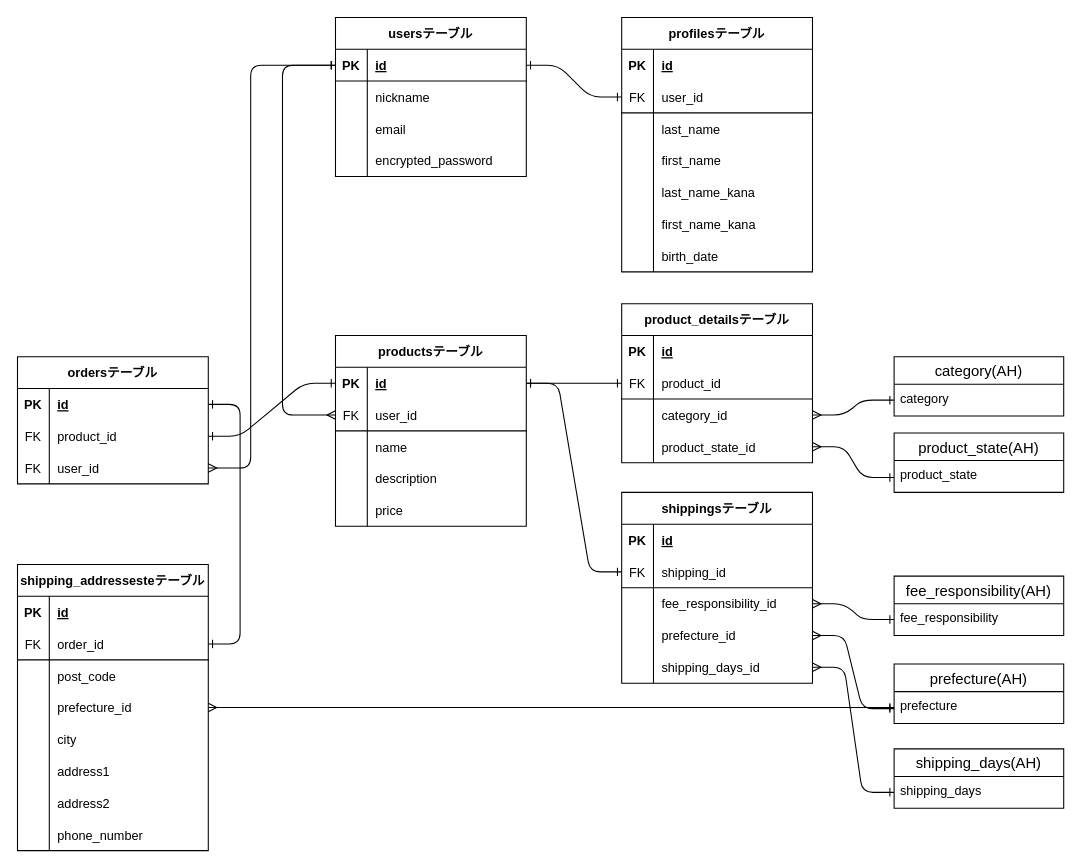
This is databese.dio from packerman1212/furima-40759, a draw.io file, before an edit. Source tidied: cells renumbered, new cells numbered last; positions are measured from the earlier drawing's top-left corner, leaving out a move shared by most shapes. Both pictures are drawn from the tidied source at 106%, with x=0, y=0 at pixel (17, 17).
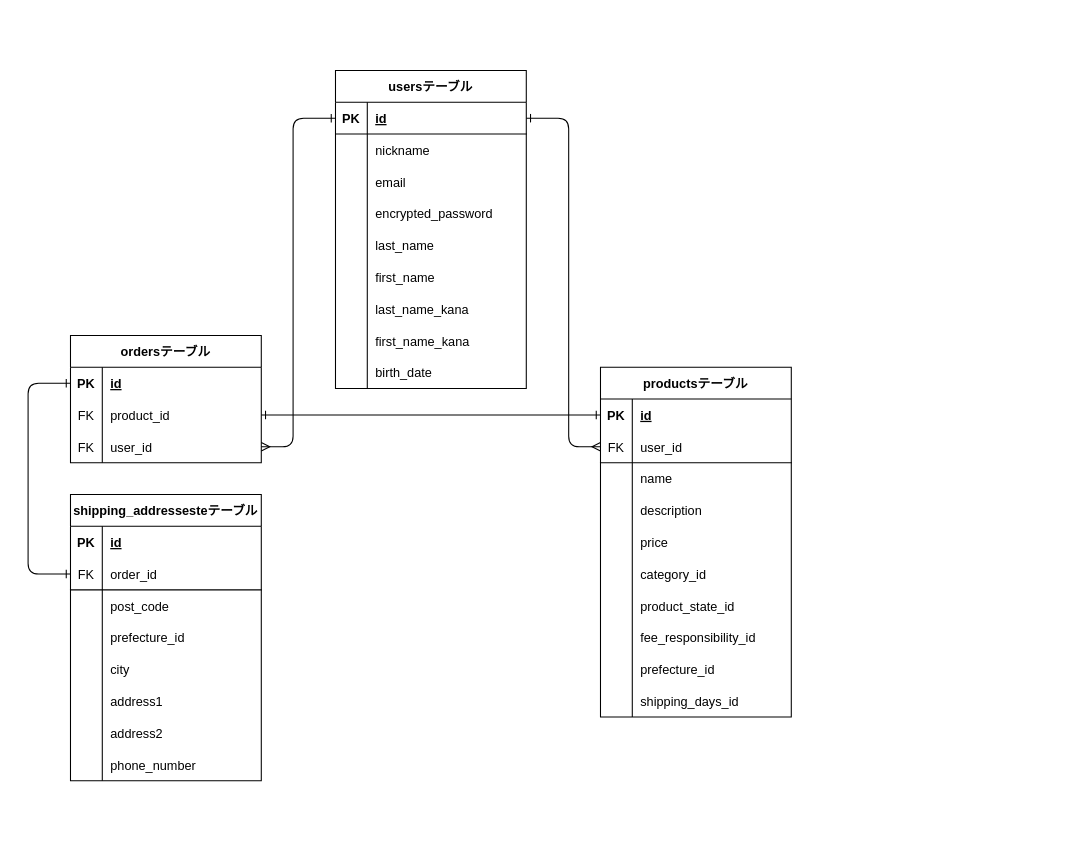
Above is the later version.

Commit message (it also covers changes not shown here):
READMEとER図の修正

Unchanged cells that the change refers to:
```xml
<mxCell id="3" style="shape=tableRow;horizontal=0;startSize=0;swimlaneHead=0;swimlaneBody=0;fillColor=none;points=[[0,0.5],[1,0.5]];portConstraint=eastwest;top=0;left=0;right=0;bottom=1;" parent="2" vertex="1">
  <mxGeometry y="30" width="180" height="30" as="geometry" />
</mxCell>
<mxCell id="39" style="shape=tableRow;horizontal=0;startSize=0;swimlaneHead=0;swimlaneBody=0;fillColor=none;points=[[0,0.5],[1,0.5]];portConstraint=eastwest;top=0;left=0;right=0;bottom=1;strokeColor=none;" parent="38" vertex="1">
  <mxGeometry y="30" width="180" height="30" as="geometry" />
</mxCell>
<mxCell id="42" style="shape=tableRow;horizontal=0;startSize=0;swimlaneHead=0;swimlaneBody=0;fillColor=none;points=[[0,0.5],[1,0.5]];portConstraint=eastwest;top=0;left=0;right=0;bottom=1;strokeColor=default;" parent="38" vertex="1">
  <mxGeometry y="60" width="180" height="30" as="geometry" />
</mxCell>
<mxCell id="86" style="shape=tableRow;horizontal=0;startSize=0;swimlaneHead=0;swimlaneBody=0;fillColor=none;points=[[0,0.5],[1,0.5]];portConstraint=eastwest;top=0;left=0;right=0;bottom=1;strokeColor=none;" parent="85" vertex="1">
  <mxGeometry y="30" width="180" height="30" as="geometry" />
</mxCell>
<mxCell id="92" style="shape=tableRow;horizontal=0;startSize=0;swimlaneHead=0;swimlaneBody=0;fillColor=none;points=[[0,0.5],[1,0.5]];portConstraint=eastwest;top=0;left=0;right=0;bottom=0;" parent="85" vertex="1">
  <mxGeometry y="90" width="180" height="30" as="geometry" />
</mxCell>
<mxCell id="100" style="shape=tableRow;horizontal=0;startSize=0;swimlaneHead=0;swimlaneBody=0;fillColor=none;points=[[0,0.5],[1,0.5]];portConstraint=eastwest;top=0;left=0;right=0;bottom=1;" parent="96" vertex="1">
  <mxGeometry y="60" width="180" height="30" as="geometry" />
</mxCell>
<mxCell id="106" style="shape=tableRow;horizontal=0;startSize=0;swimlaneHead=0;swimlaneBody=0;fillColor=none;points=[[0,0.5],[1,0.5]];portConstraint=eastwest;top=0;left=0;right=0;bottom=0;" parent="96" vertex="1">
  <mxGeometry y="120" width="180" height="30" as="geometry" />
</mxCell>
```

The edit, as a diff of the source:
```diff
@@
     <mxCell id="2" value="usersテーブル" style="shape=table;startSize=30;childLayout=tableLayout;rowLines=0;fontStyle=1;align=center;" parent="1" vertex="1">
-      <mxGeometry x="300" width="180" height="150" as="geometry" />
+      <mxGeometry x="300" y="50" width="180" height="300" as="geometry" />
     </mxCell>
@@
-    <mxCell id="15" value="profilesテーブル" style="shape=table;startSize=30;childLayout=tableLayout;rowLines=0;fontStyle=1;align=center;" parent="1" vertex="1">
-      <mxGeometry x="570" width="180" height="240" as="geometry" />
-    </mxCell>
-    <mxCell id="16" style="shape=tableRow;horizontal=0;startSize=0;swimlaneHead=0;swimlaneBody=0;fillColor=none;top=0;left=0;right=0;bottom=1;strokeColor=none;" parent="15" vertex="1">
-      <mxGeometry y="30" width="180" height="30" as="geometry" />
-    </mxCell>
-    <mxCell id="17" value="PK" style="shape=partialRectangle;fillColor=none;top=0;left=0;bottom=0;right=0;fontStyle=1;overflow=hidden;" parent="16" vertex="1">
-      <mxGeometry width="30" height="30" as="geometry" />
-    </mxCell>
-    <mxCell id="18" value="id" style="shape=partialRectangle;fillColor=none;top=0;left=0;bottom=0;right=0;align=left;spacingLeft=6;fontStyle=5;overflow=hidden;" parent="16" vertex="1">
-      <mxGeometry x="30" width="150" height="30" as="geometry" />
-    </mxCell>
-    <mxCell id="19" style="shape=tableRow;horizontal=0;startSize=0;swimlaneHead=0;swimlaneBody=0;fillColor=none;top=0;left=0;right=0;bottom=1;" parent="15" vertex="1">
-      <mxGeometry y="60" width="180" height="30" as="geometry" />
-    </mxCell>
-    <mxCell id="20" value="FK" style="shape=partialRectangle;fillColor=none;top=0;left=0;bottom=0;right=0;fontStyle=0;overflow=hidden;" parent="19" vertex="1">
-      <mxGeometry width="30" height="30" as="geometry" />
-    </mxCell>
-    <mxCell id="21" value="user_id" style="shape=partialRectangle;fillColor=none;top=0;left=0;bottom=0;right=0;align=left;spacingLeft=6;fontStyle=0;overflow=hidden;" parent="19" vertex="1">
-      <mxGeometry x="30" width="150" height="30" as="geometry" />
-    </mxCell>
-    <mxCell id="22" style="shape=tableRow;horizontal=0;startSize=0;swimlaneHead=0;swimlaneBody=0;fillColor=none;top=0;left=0;right=0;bottom=0;" parent="15" vertex="1">
-      <mxGeometry y="90" width="180" height="30" as="geometry" />
+    <mxCell id="22" style="shape=tableRow;horizontal=0;startSize=0;swimlaneHead=0;swimlaneBody=0;fillColor=none;top=0;left=0;right=0;bottom=0;" parent="2" vertex="1">
+      <mxGeometry y="150" width="180" height="30" as="geometry" />
     </mxCell>
@@
-    <mxCell id="25" style="shape=tableRow;horizontal=0;startSize=0;swimlaneHead=0;swimlaneBody=0;fillColor=none;top=0;left=0;right=0;bottom=0;" parent="15" vertex="1">
-      <mxGeometry y="120" width="180" height="30" as="geometry" />
+    <mxCell id="25" style="shape=tableRow;horizontal=0;startSize=0;swimlaneHead=0;swimlaneBody=0;fillColor=none;top=0;left=0;right=0;bottom=0;" parent="2" vertex="1">
+      <mxGeometry y="180" width="180" height="30" as="geometry" />
     </mxCell>
@@
-    <mxCell id="28" style="shape=tableRow;horizontal=0;startSize=0;swimlaneHead=0;swimlaneBody=0;fillColor=none;top=0;left=0;right=0;bottom=0;" parent="15" vertex="1">
-      <mxGeometry y="150" width="180" height="30" as="geometry" />
+    <mxCell id="28" style="shape=tableRow;horizontal=0;startSize=0;swimlaneHead=0;swimlaneBody=0;fillColor=none;top=0;left=0;right=0;bottom=0;" parent="2" vertex="1">
+      <mxGeometry y="210" width="180" height="30" as="geometry" />
     </mxCell>
@@
-    <mxCell id="31" style="shape=tableRow;horizontal=0;startSize=0;swimlaneHead=0;swimlaneBody=0;fillColor=none;top=0;left=0;right=0;bottom=0;" parent="15" vertex="1">
-      <mxGeometry y="180" width="180" height="30" as="geometry" />
+    <mxCell id="31" style="shape=tableRow;horizontal=0;startSize=0;swimlaneHead=0;swimlaneBody=0;fillColor=none;top=0;left=0;right=0;bottom=0;" parent="2" vertex="1">
+      <mxGeometry y="240" width="180" height="30" as="geometry" />
     </mxCell>
@@
-    <mxCell id="34" style="shape=tableRow;horizontal=0;startSize=0;swimlaneHead=0;swimlaneBody=0;fillColor=none;top=0;left=0;right=0;bottom=0;" parent="15" vertex="1">
-      <mxGeometry y="210" width="180" height="30" as="geometry" />
+    <mxCell id="34" style="shape=tableRow;horizontal=0;startSize=0;swimlaneHead=0;swimlaneBody=0;fillColor=none;top=0;left=0;right=0;bottom=0;" parent="2" vertex="1">
+      <mxGeometry y="270" width="180" height="30" as="geometry" />
     </mxCell>
@@
-    <mxCell id="37" style="edgeStyle=entityRelationEdgeStyle;fontSize=12;html=1;endArrow=ERone;startArrow=ERone;exitX=1;exitY=0.5;exitDx=0;exitDy=0;startFill=0;endFill=0;" parent="1" edge="1" source="3">
-      <mxGeometry relative="1" as="geometry">
-        <mxPoint x="570" y="75" as="targetPoint" />
-      </mxGeometry>
-    </mxCell>
     <mxCell id="38" value="productsテーブル" style="shape=table;startSize=30;childLayout=tableLayout;rowLines=0;fontStyle=1;align=center;" parent="1" vertex="1">
-      <mxGeometry x="300" y="300" width="180" height="180" as="geometry" />
+      <mxGeometry x="550" y="330" width="180" height="330" as="geometry" />
     </mxCell>
@@
-    <mxCell id="54" style="fontSize=12;html=1;endArrow=ERmany;exitX=0;exitY=0.5;exitDx=0;exitDy=0;startArrow=ERone;startFill=0;entryX=0;entryY=0.5;entryDx=0;entryDy=0;" parent="1" edge="1" source="3" target="42">
-      <mxGeometry relative="1" as="geometry">
-        <Array as="points">
-          <mxPoint x="250" y="45" />
-          <mxPoint x="250" y="375" />
-        </Array>
-      </mxGeometry>
-    </mxCell>
-    <mxCell id="55" value="product_detailsテーブル" style="shape=table;startSize=30;childLayout=tableLayout;rowLines=0;fontStyle=1;align=center;" parent="1" vertex="1">
-      <mxGeometry x="570" y="270" width="180" height="150" as="geometry" />
-    </mxCell>
-    <mxCell id="56" style="shape=tableRow;horizontal=0;startSize=0;swimlaneHead=0;swimlaneBody=0;fillColor=none;top=0;left=0;right=0;bottom=1;strokeColor=none;" parent="55" vertex="1">
-      <mxGeometry y="30" width="180" height="30" as="geometry" />
-    </mxCell>
-    <mxCell id="57" value="PK" style="shape=partialRectangle;fillColor=none;top=0;left=0;bottom=0;right=0;fontStyle=1;overflow=hidden;" parent="56" vertex="1">
-      <mxGeometry width="30" height="30" as="geometry" />
-    </mxCell>
-    <mxCell id="58" value="id" style="shape=partialRectangle;fillColor=none;top=0;left=0;bottom=0;right=0;align=left;spacingLeft=6;fontStyle=5;overflow=hidden;" parent="56" vertex="1">
-      <mxGeometry x="30" width="150" height="30" as="geometry" />
-    </mxCell>
-    <mxCell id="59" style="shape=tableRow;horizontal=0;startSize=0;swimlaneHead=0;swimlaneBody=0;fillColor=none;points=[[0,0.5],[1,0.5]];portConstraint=eastwest;top=0;left=0;right=0;bottom=1;" parent="55" vertex="1">
-      <mxGeometry y="60" width="180" height="30" as="geometry" />
-    </mxCell>
-    <mxCell id="60" value="FK" style="shape=partialRectangle;fillColor=none;top=0;left=0;bottom=0;right=0;fontStyle=0;overflow=hidden;" parent="59" vertex="1">
-      <mxGeometry width="30" height="30" as="geometry" />
-    </mxCell>
-    <mxCell id="61" value="product_id" style="shape=partialRectangle;fillColor=none;top=0;left=0;bottom=0;right=0;align=left;spacingLeft=6;fontStyle=0;overflow=hidden;" parent="59" vertex="1">
-      <mxGeometry x="30" width="150" height="30" as="geometry" />
-    </mxCell>
-    <mxCell id="62" style="shape=tableRow;horizontal=0;startSize=0;swimlaneHead=0;swimlaneBody=0;fillColor=none;points=[[0,0.5],[1,0.5]];portConstraint=eastwest;top=0;left=0;right=0;bottom=0;" parent="55" vertex="1">
-      <mxGeometry y="90" width="180" height="30" as="geometry" />
+    <mxCell id="62" style="shape=tableRow;horizontal=0;startSize=0;swimlaneHead=0;swimlaneBody=0;fillColor=none;points=[[0,0.5],[1,0.5]];portConstraint=eastwest;top=0;left=0;right=0;bottom=0;" parent="38" vertex="1">
+      <mxGeometry y="180" width="180" height="30" as="geometry" />
     </mxCell>
@@
-    <mxCell id="65" style="shape=tableRow;horizontal=0;startSize=0;swimlaneHead=0;swimlaneBody=0;fillColor=none;points=[[0,0.5],[1,0.5]];portConstraint=eastwest;top=0;left=0;right=0;bottom=0;" parent="55" vertex="1">
-      <mxGeometry y="120" width="180" height="30" as="geometry" />
+    <mxCell id="65" style="shape=tableRow;horizontal=0;startSize=0;swimlaneHead=0;swimlaneBody=0;fillColor=none;points=[[0,0.5],[1,0.5]];portConstraint=eastwest;top=0;left=0;right=0;bottom=0;" parent="38" vertex="1">
+      <mxGeometry y="210" width="180" height="30" as="geometry" />
     </mxCell>
@@
-    <mxCell id="68" style="edgeStyle=entityRelationEdgeStyle;fontSize=12;html=1;endArrow=ERone;endFill=1;entryX=0;entryY=0.5;entryDx=0;entryDy=0;startArrow=ERone;startFill=0;exitX=1;exitY=0.5;exitDx=0;exitDy=0;" parent="1" edge="1" source="39" target="59">
-      <mxGeometry relative="1" as="geometry" />
-    </mxCell>
-    <mxCell id="69" value="shippingsテーブル" style="shape=table;startSize=30;childLayout=tableLayout;rowLines=0;fontStyle=1;align=center;" parent="1" vertex="1">
-      <mxGeometry x="570" y="448" width="180" height="180" as="geometry" />
-    </mxCell>
-    <mxCell id="70" style="shape=tableRow;horizontal=0;startSize=0;swimlaneHead=0;swimlaneBody=0;fillColor=none;top=0;left=0;right=0;bottom=0;" parent="69" vertex="1">
-      <mxGeometry y="30" width="180" height="30" as="geometry" />
-    </mxCell>
-    <mxCell id="71" value="PK" style="shape=partialRectangle;fillColor=none;top=0;left=0;bottom=0;right=0;fontStyle=1;overflow=hidden;" parent="70" vertex="1">
-      <mxGeometry width="30" height="30" as="geometry" />
-    </mxCell>
-    <mxCell id="72" value="id" style="shape=partialRectangle;fillColor=none;top=0;left=0;bottom=0;right=0;align=left;spacingLeft=6;fontStyle=5;overflow=hidden;" parent="70" vertex="1">
-      <mxGeometry x="30" width="150" height="30" as="geometry" />
-    </mxCell>
-    <mxCell id="73" style="shape=tableRow;horizontal=0;startSize=0;swimlaneHead=0;swimlaneBody=0;fillColor=none;points=[[0,0.5],[1,0.5]];portConstraint=eastwest;top=0;left=0;right=0;bottom=1;" parent="69" vertex="1">
-      <mxGeometry y="60" width="180" height="30" as="geometry" />
-    </mxCell>
-    <mxCell id="74" value="FK" style="shape=partialRectangle;fillColor=none;top=0;left=0;bottom=0;right=0;fontStyle=0;overflow=hidden;" parent="73" vertex="1">
-      <mxGeometry width="30" height="30" as="geometry" />
-    </mxCell>
-    <mxCell id="75" value="shipping_id" style="shape=partialRectangle;fillColor=none;top=0;left=0;bottom=0;right=0;align=left;spacingLeft=6;fontStyle=0;overflow=hidden;" parent="73" vertex="1">
-      <mxGeometry x="30" width="150" height="30" as="geometry" />
-    </mxCell>
-    <mxCell id="76" style="shape=tableRow;horizontal=0;startSize=0;swimlaneHead=0;swimlaneBody=0;fillColor=none;points=[[0,0.5],[1,0.5]];portConstraint=eastwest;top=0;left=0;right=0;bottom=0;" parent="69" vertex="1">
-      <mxGeometry y="90" width="180" height="30" as="geometry" />
+    <mxCell id="76" style="shape=tableRow;horizontal=0;startSize=0;swimlaneHead=0;swimlaneBody=0;fillColor=none;points=[[0,0.5],[1,0.5]];portConstraint=eastwest;top=0;left=0;right=0;bottom=0;" parent="38" vertex="1">
+      <mxGeometry y="240" width="180" height="30" as="geometry" />
     </mxCell>
@@
-    <mxCell id="79" style="shape=tableRow;horizontal=0;startSize=0;swimlaneHead=0;swimlaneBody=0;fillColor=none;points=[[0,0.5],[1,0.5]];portConstraint=eastwest;top=0;left=0;right=0;bottom=0;" parent="69" vertex="1">
-      <mxGeometry y="120" width="180" height="30" as="geometry" />
+    <mxCell id="79" style="shape=tableRow;horizontal=0;startSize=0;swimlaneHead=0;swimlaneBody=0;fillColor=none;points=[[0,0.5],[1,0.5]];portConstraint=eastwest;top=0;left=0;right=0;bottom=0;" parent="38" vertex="1">
+      <mxGeometry y="270" width="180" height="30" as="geometry" />
     </mxCell>
@@
-    <mxCell id="82" style="shape=tableRow;horizontal=0;startSize=0;swimlaneHead=0;swimlaneBody=0;fillColor=none;points=[[0,0.5],[1,0.5]];portConstraint=eastwest;top=0;left=0;right=0;bottom=0;" parent="69" vertex="1">
-      <mxGeometry y="150" width="180" height="30" as="geometry" />
+    <mxCell id="82" style="shape=tableRow;horizontal=0;startSize=0;swimlaneHead=0;swimlaneBody=0;fillColor=none;points=[[0,0.5],[1,0.5]];portConstraint=eastwest;top=0;left=0;right=0;bottom=0;" parent="38" vertex="1">
+      <mxGeometry y="300" width="180" height="30" as="geometry" />
     </mxCell>
@@
+    <mxCell id="54" style="fontSize=12;html=1;endArrow=ERmany;startArrow=ERone;startFill=0;entryX=0;entryY=0.5;entryDx=0;entryDy=0;exitX=1;exitY=0.5;exitDx=0;exitDy=0;" parent="1" edge="1" source="3" target="42">
+      <mxGeometry relative="1" as="geometry">
+        <Array as="points">
+          <mxPoint x="520" y="95" />
+          <mxPoint x="520" y="405" />
+        </Array>
+      </mxGeometry>
+    </mxCell>
     <mxCell id="85" value="ordersテーブル" style="shape=table;startSize=30;childLayout=tableLayout;rowLines=0;fontStyle=1;align=center;" parent="1" vertex="1">
-      <mxGeometry y="320" width="180" height="120" as="geometry" />
+      <mxGeometry x="50" y="300" width="180" height="120" as="geometry" />
     </mxCell>
@@
     <mxCell id="96" value="shipping_addressesteテーブル" style="shape=table;startSize=30;childLayout=tableLayout;rowLines=0;fontStyle=1;align=center;" parent="1" vertex="1">
-      <mxGeometry y="516" width="180" height="270" as="geometry" />
+      <mxGeometry x="50" y="450" width="180" height="270" as="geometry" />
     </mxCell>
@@
-    <mxCell id="121" value="prefecture(AH)" style="swimlane;fontStyle=0;horizontal=1;startSize=26;align=center;fontSize=14;arcSize=15;" parent="1" vertex="1">
-      <mxGeometry x="827" y="610" width="160" height="56" as="geometry" />
-    </mxCell>
-    <mxCell id="122" value="prefecture" style="text;strokeColor=none;fillColor=none;spacingLeft=4;spacingRight=4;overflow=hidden;points=[[0,0.5],[1,0.5]];portConstraint=eastwest;fontSize=12;" parent="121" vertex="1">
-      <mxGeometry y="26" width="160" height="30" as="geometry" />
-    </mxCell>
-    <mxCell id="123" value="category(AH)" style="swimlane;fontStyle=0;horizontal=1;startSize=26;align=center;fontSize=14;arcSize=15;" parent="1" vertex="1">
-      <mxGeometry x="827" y="320" width="160" height="56" as="geometry" />
-    </mxCell>
-    <mxCell id="124" value="category" style="text;strokeColor=none;fillColor=none;spacingLeft=4;spacingRight=4;overflow=hidden;points=[[0,0.5],[1,0.5]];portConstraint=eastwest;fontSize=12;" parent="123" vertex="1">
-      <mxGeometry y="26" width="160" height="30" as="geometry" />
-    </mxCell>
-    <mxCell id="125" value="product_state(AH)" style="swimlane;fontStyle=0;horizontal=1;startSize=26;align=center;fontSize=14;arcSize=15;" parent="1" vertex="1">
-      <mxGeometry x="827" y="392" width="160" height="56" as="geometry" />
-    </mxCell>
-    <mxCell id="126" value="product_state" style="text;strokeColor=none;fillColor=none;spacingLeft=4;spacingRight=4;overflow=hidden;fontSize=12;" parent="125" vertex="1">
-      <mxGeometry y="26" width="160" height="30" as="geometry" />
-    </mxCell>
-    <mxCell id="127" style="edgeStyle=entityRelationEdgeStyle;fontSize=12;html=1;endArrow=ERone;endFill=0;startSize=6;exitX=1;exitY=0.5;exitDx=0;exitDy=0;entryX=0;entryY=0.5;entryDx=0;entryDy=0;startArrow=ERmany;startFill=0;" parent="1" edge="1" source="62" target="124">
-      <mxGeometry relative="1" as="geometry" />
-    </mxCell>
-    <mxCell id="128" style="edgeStyle=entityRelationEdgeStyle;fontSize=12;html=1;endArrow=ERone;endFill=0;startSize=6;exitX=1;exitY=0.5;exitDx=0;exitDy=0;entryX=0;entryY=0.75;entryDx=0;entryDy=0;startArrow=ERmany;startFill=0;" parent="1" edge="1" source="65" target="125">
-      <mxGeometry relative="1" as="geometry" />
-    </mxCell>
-    <mxCell id="129" value="fee_responsibility(AH)" style="swimlane;fontStyle=0;horizontal=1;startSize=26;align=center;fontSize=14;arcSize=15;" parent="1" vertex="1">
-      <mxGeometry x="827" y="527" width="160" height="56" as="geometry" />
-    </mxCell>
-    <mxCell id="130" value="fee_responsibility" style="text;strokeColor=none;fillColor=none;spacingLeft=4;spacingRight=4;overflow=hidden;points=[[0,0.5],[1,0.5]];portConstraint=eastwest;fontSize=12;" parent="129" vertex="1">
-      <mxGeometry y="26" width="160" height="30" as="geometry" />
-    </mxCell>
-    <mxCell id="131" value="shipping_days(AH)" style="swimlane;fontStyle=0;horizontal=1;startSize=26;align=center;fontSize=14;arcSize=15;" parent="1" vertex="1">
-      <mxGeometry x="827" y="690" width="160" height="56" as="geometry" />
-    </mxCell>
-    <mxCell id="132" value="shipping_days" style="text;strokeColor=none;fillColor=none;spacingLeft=4;spacingRight=4;overflow=hidden;points=[[0,0.5],[1,0.5]];portConstraint=eastwest;fontSize=12;startSize=26;" parent="131" vertex="1">
-      <mxGeometry y="26" width="160" height="30" as="geometry" />
-    </mxCell>
     <mxCell id="133" style="edgeStyle=none;html=1;exitX=1;exitY=0.5;exitDx=0;exitDy=0;startArrow=ERmany;startFill=0;endArrow=ERone;endFill=0;startSize=6;entryX=0;entryY=0.5;entryDx=0;entryDy=0;" parent="1" edge="1" source="92" target="3">
       <mxGeometry relative="1" as="geometry">
         <Array as="points">
-          <mxPoint x="220" y="425" />
-          <mxPoint x="220" y="45" />
+          <mxPoint x="260" y="405" />
+          <mxPoint x="260" y="95" />
         </Array>
       </mxGeometry>
     </mxCell>
-    <mxCell id="134" style="edgeStyle=entityRelationEdgeStyle;fontSize=12;html=1;endArrow=ERone;endFill=1;startSize=6;exitX=1;exitY=0.5;exitDx=0;exitDy=0;entryX=0;entryY=0.5;entryDx=0;entryDy=0;startArrow=ERmany;startFill=0;" parent="1" edge="1" source="76" target="130">
-      <mxGeometry relative="1" as="geometry" />
-    </mxCell>
-    <mxCell id="135" style="edgeStyle=entityRelationEdgeStyle;fontSize=12;html=1;endArrow=ERone;endFill=1;startSize=6;entryX=0;entryY=0.75;entryDx=0;entryDy=0;startArrow=ERmany;startFill=0;exitX=1;exitY=0.5;exitDx=0;exitDy=0;" parent="1" edge="1" source="79" target="121">
-      <mxGeometry relative="1" as="geometry" />
-    </mxCell>
-    <mxCell id="136" style="edgeStyle=entityRelationEdgeStyle;fontSize=12;html=1;endArrow=ERone;endFill=1;startSize=6;entryX=0;entryY=0.5;entryDx=0;entryDy=0;startArrow=ERmany;startFill=0;exitX=1;exitY=0.5;exitDx=0;exitDy=0;" parent="1" edge="1" source="82" target="132">
-      <mxGeometry relative="1" as="geometry" />
-    </mxCell>
-    <mxCell id="137" style="edgeStyle=entityRelationEdgeStyle;fontSize=12;html=1;endArrow=ERone;endFill=1;startSize=6;entryX=0;entryY=0.5;entryDx=0;entryDy=0;startArrow=ERmany;startFill=0;exitX=1;exitY=0.5;exitDx=0;exitDy=0;" parent="1" edge="1" source="106" target="122">
-      <mxGeometry relative="1" as="geometry" />
-    </mxCell>
-    <mxCell id="138" style="fontSize=12;html=1;endArrow=ERone;endFill=1;startSize=6;entryX=1;entryY=0.5;entryDx=0;entryDy=0;exitX=1;exitY=0.5;exitDx=0;exitDy=0;startArrow=ERone;startFill=0;" parent="1" edge="1" source="100" target="86">
+    <mxCell id="138" style="fontSize=12;html=1;endArrow=ERone;endFill=1;startSize=6;entryX=0;entryY=0.5;entryDx=0;entryDy=0;exitX=0;exitY=0.5;exitDx=0;exitDy=0;startArrow=ERone;startFill=0;" parent="1" edge="1" source="100" target="86">
       <mxGeometry relative="1" as="geometry">
         <Array as="points">
-          <mxPoint x="210" y="591" />
-          <mxPoint x="210" y="365" />
+          <mxPoint x="10" y="525" />
+          <mxPoint x="10" y="345" />
         </Array>
       </mxGeometry>
     </mxCell>
-    <mxCell id="139" style="edgeStyle=entityRelationEdgeStyle;fontSize=12;html=1;endArrow=ERone;endFill=1;startArrow=ERone;startFill=0;entryX=0;entryY=0.5;entryDx=0;entryDy=0;exitX=1;exitY=0.5;exitDx=0;exitDy=0;" parent="1" edge="1" source="39" target="73">
-      <mxGeometry relative="1" as="geometry" />
-    </mxCell>
```
